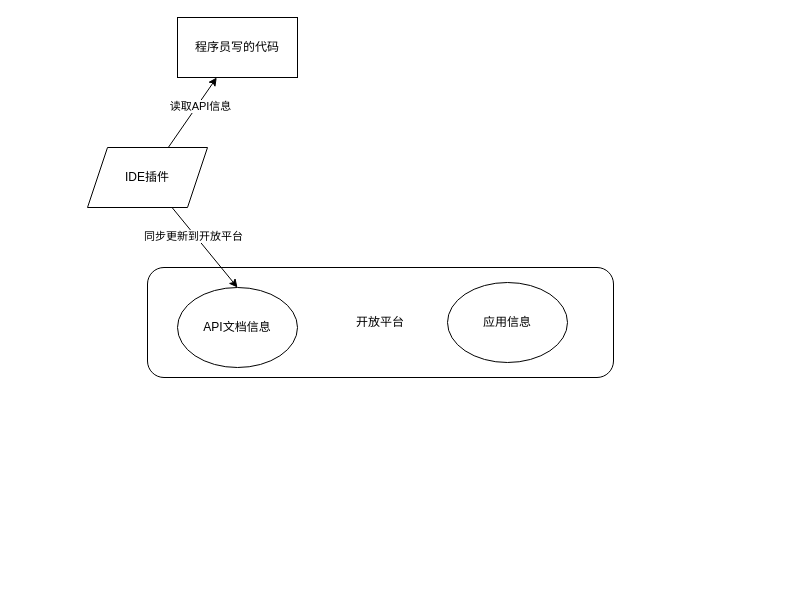
Earlier version of the draw.io diagram 开放平台数据流图.drawio (laowang-cloud/diagrams). Source tidied: cells renumbered, new cells numbered last; positions are measured from the earlier drawing's top-left corner, leaving out a move shared by most shapes. Both pictures are drawn from the tidied source at 100%, with x=0, y=0 at pixel (87, 17).
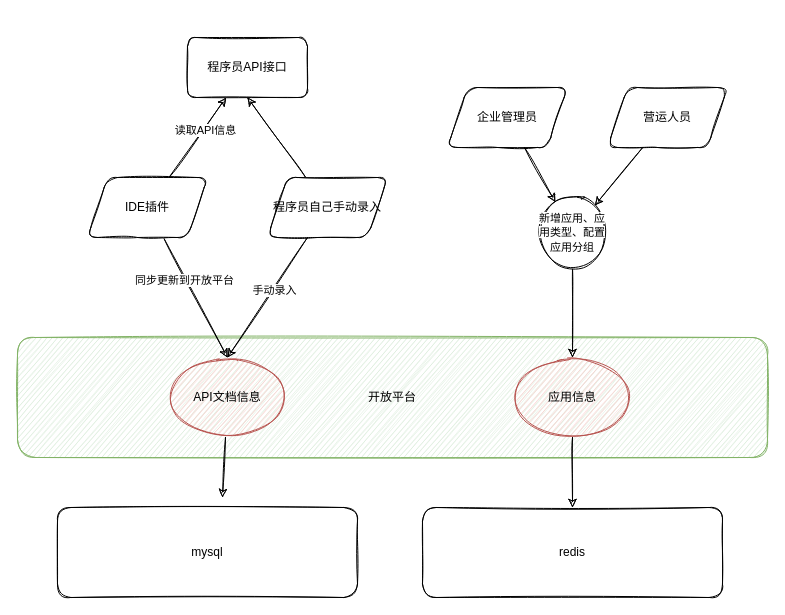
After the change.

Commit message (it also covers changes not shown here):
更新开放平台数据流图.drawio

What changed in the source:
```diff
@@
-    <mxCell id="2" value="开放平台" style="rounded=1;whiteSpace=wrap;html=1;" parent="1" vertex="1">
-      <mxGeometry x="60" y="250" width="466" height="110" as="geometry" />
+    <mxCell id="2" value="开放平台" style="whiteSpace=wrap;html=1;sketch=1;rounded=1;fillColor=#d5e8d4;strokeColor=#82b366;" parent="1" vertex="1">
+      <mxGeometry x="-70" y="320" width="750" height="120" as="geometry" />
     </mxCell>
-    <mxCell id="3" value="程序员写的代码" style="rounded=0;whiteSpace=wrap;html=1;" parent="1" vertex="1">
-      <mxGeometry x="90" width="120" height="60" as="geometry" />
+    <mxCell id="3" value="程序员API接口" style="whiteSpace=wrap;html=1;sketch=1;rounded=1;" parent="1" vertex="1">
+      <mxGeometry x="100" y="20" width="120" height="60" as="geometry" />
     </mxCell>
+    <mxCell id="11" style="edgeStyle=none;rounded=0;sketch=1;jettySize=auto;html=1;" parent="1" edge="1" source="4">
+      <mxGeometry relative="1" as="geometry">
+        <mxPoint x="135" y="480" as="targetPoint" />
+      </mxGeometry>
+    </mxCell>
-    <mxCell id="4" value="API文档信息" style="ellipse;whiteSpace=wrap;html=1;" parent="1" vertex="1">
-      <mxGeometry x="90" y="270" width="120" height="80" as="geometry" />
+    <mxCell id="4" value="API文档信息" style="ellipse;whiteSpace=wrap;html=1;sketch=1;rounded=1;fillColor=#f8cecc;strokeColor=#b85450;" parent="1" vertex="1">
+      <mxGeometry x="80" y="340" width="120" height="80" as="geometry" />
     </mxCell>
+    <mxCell id="12" style="edgeStyle=none;rounded=0;sketch=1;jettySize=auto;html=1;entryX=0.5;entryY=0;entryDx=0;entryDy=0;" parent="1" edge="1" source="5" target="24">
+      <mxGeometry relative="1" as="geometry" />
+    </mxCell>
-    <mxCell id="5" value="应用信息" style="ellipse;whiteSpace=wrap;html=1;" parent="1" vertex="1">
-      <mxGeometry x="360" y="265" width="120" height="80" as="geometry" />
+    <mxCell id="5" value="应用信息" style="ellipse;whiteSpace=wrap;html=1;sketch=1;rounded=1;fillColor=#f8cecc;strokeColor=#b85450;" parent="1" vertex="1">
+      <mxGeometry x="425" y="340" width="120" height="80" as="geometry" />
     </mxCell>
-    <mxCell id="6" style="rounded=0;jettySize=auto;html=1;" parent="1" edge="1" source="10" target="3">
+    <mxCell id="6" style="jettySize=auto;html=1;sketch=1;" parent="1" edge="1" source="10" target="3">
       <mxGeometry relative="1" as="geometry" />
     </mxCell>
-    <mxCell id="7" value="读取API信息" style="edgeLabel;html=1;align=center;verticalAlign=middle;" parent="6" vertex="1">
+    <mxCell id="7" value="读取API信息" style="edgeLabel;html=1;align=center;verticalAlign=middle;sketch=1;rounded=1;" parent="6" vertex="1">
       <mxGeometry x="0.23" y="-2" relative="1" as="geometry" />
     </mxCell>
-    <mxCell id="8" style="edgeStyle=none;rounded=0;jettySize=auto;html=1;entryX=0.5;entryY=0;entryDx=0;entryDy=0;" parent="1" edge="1" source="10" target="4">
+    <mxCell id="8" style="edgeStyle=none;jettySize=auto;html=1;entryX=0.5;entryY=0;entryDx=0;entryDy=0;sketch=1;" parent="1" edge="1" source="10" target="4">
       <mxGeometry relative="1" as="geometry" />
     </mxCell>
-    <mxCell id="9" value="同步更新到开放平台" style="edgeLabel;html=1;align=center;verticalAlign=middle;" parent="8" vertex="1">
+    <mxCell id="9" value="同步更新到开放平台" style="edgeLabel;html=1;align=center;verticalAlign=middle;sketch=1;rounded=1;" parent="8" vertex="1">
       <mxGeometry x="-0.32" y="-3" relative="1" as="geometry">
         <mxPoint x="1" as="offset" />
       </mxGeometry>
     </mxCell>
-    <mxCell id="10" value="IDE插件" style="shape=parallelogram;perimeter=parallelogramPerimeter;whiteSpace=wrap;html=1;fixedSize=1;" parent="1" vertex="1">
-      <mxGeometry y="130" width="120" height="60" as="geometry" />
+    <mxCell id="10" value="IDE插件" style="shape=parallelogram;perimeter=parallelogramPerimeter;whiteSpace=wrap;html=1;fixedSize=1;sketch=1;rounded=1;" parent="1" vertex="1">
+      <mxGeometry y="160" width="120" height="60" as="geometry" />
     </mxCell>
+    <mxCell id="13" style="edgeStyle=none;jettySize=auto;html=1;entryX=0.5;entryY=1;entryDx=0;entryDy=0;sketch=1;" parent="1" edge="1" source="16" target="3">
+      <mxGeometry relative="1" as="geometry" />
+    </mxCell>
+    <mxCell id="14" style="edgeStyle=none;jettySize=auto;html=1;entryX=0.5;entryY=0;entryDx=0;entryDy=0;sketch=1;" parent="1" edge="1" source="16" target="4">
+      <mxGeometry relative="1" as="geometry" />
+    </mxCell>
+    <mxCell id="15" value="手动录入" style="edgeLabel;html=1;align=center;verticalAlign=middle;sketch=1;rounded=1;" parent="14" vertex="1">
+      <mxGeometry x="-0.14" y="1" relative="1" as="geometry" />
+    </mxCell>
+    <mxCell id="16" value="程序员自己手动录入" style="shape=parallelogram;perimeter=parallelogramPerimeter;whiteSpace=wrap;html=1;fixedSize=1;sketch=1;rounded=1;" parent="1" vertex="1">
+      <mxGeometry x="180" y="160" width="120" height="60" as="geometry" />
+    </mxCell>
+    <mxCell id="17" style="edgeStyle=none;rounded=0;sketch=1;jettySize=auto;html=1;" parent="1" edge="1" source="18" target="22">
+      <mxGeometry relative="1" as="geometry" />
+    </mxCell>
+    <mxCell id="18" value="企业管理员" style="shape=parallelogram;perimeter=parallelogramPerimeter;whiteSpace=wrap;html=1;fixedSize=1;sketch=1;rounded=1;" parent="1" vertex="1">
+      <mxGeometry x="360" y="70" width="120" height="60" as="geometry" />
+    </mxCell>
+    <mxCell id="19" style="edgeStyle=none;rounded=0;sketch=1;jettySize=auto;html=1;" parent="1" edge="1" source="20" target="22">
+      <mxGeometry relative="1" as="geometry" />
+    </mxCell>
+    <mxCell id="20" value="营运人员" style="shape=parallelogram;perimeter=parallelogramPerimeter;whiteSpace=wrap;html=1;fixedSize=1;sketch=1;rounded=1;" parent="1" vertex="1">
+      <mxGeometry x="520" y="70" width="120" height="60" as="geometry" />
+    </mxCell>
+    <mxCell id="21" style="edgeStyle=none;rounded=0;sketch=1;jettySize=auto;html=1;" parent="1" edge="1" source="22" target="5">
+      <mxGeometry relative="1" as="geometry" />
+    </mxCell>
+    <mxCell id="22" value="&lt;span style=&quot;font-size: 11px ; background-color: rgb(255 , 255 , 255)&quot;&gt;新增应用、应用类型、配置应用分组&lt;/span&gt;" style="ellipse;whiteSpace=wrap;html=1;rounded=1;sketch=1;" parent="1" vertex="1">
+      <mxGeometry x="450" y="180" width="70" height="70" as="geometry" />
+    </mxCell>
+    <mxCell id="23" value="mysql" style="rounded=1;whiteSpace=wrap;html=1;sketch=1;" parent="1" vertex="1">
+      <mxGeometry x="-30" y="490" width="300" height="90" as="geometry" />
+    </mxCell>
+    <mxCell id="24" value="redis" style="rounded=1;whiteSpace=wrap;html=1;sketch=1;" parent="1" vertex="1">
+      <mxGeometry x="335" y="490" width="300" height="90" as="geometry" />
+    </mxCell>
```
